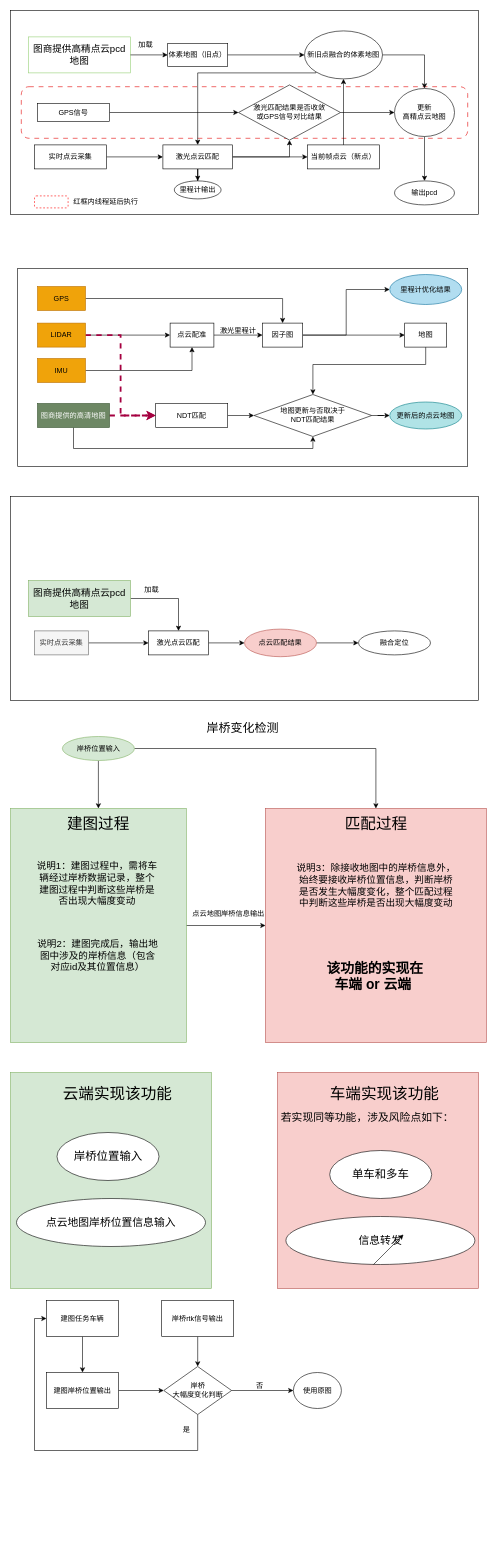
Earlier version of the draw.io diagram 点云地图更新.drawio (567lxd/daily_work). Source tidied: cells renumbered, new cells numbered last; positions are measured from the earlier drawing's top-left corner, leaving out a move shared by most shapes. Both pictures are drawn from the tidied source at 60%, with x=0, y=0 at pixel (10, 10).
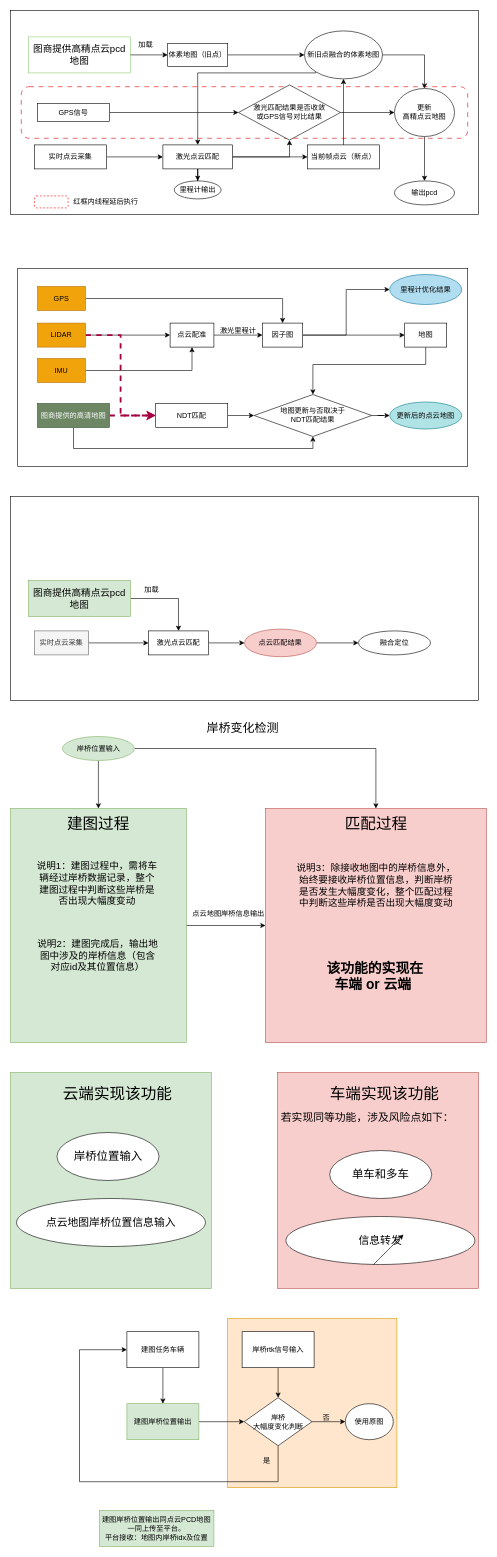
The same page after the edit.

Commit message:
岸桥位置变化检测流程.drawio

Change to the diagram source:
```diff
@@
+    <mxCell id="102" style="whiteSpace=wrap;html=1;fillColor=#ffe6cc;strokeColor=#d79b00;" parent="1" vertex="1">
+      <mxGeometry x="362" y="2180" width="282" height="282" as="geometry" />
+    </mxCell>
@@
-    <mxCell id="90" value="建图岸桥位置输出" style="rounded=0;whiteSpace=wrap;html=1;" parent="1" vertex="1">
-      <mxGeometry x="60" y="2270" width="120" height="60" as="geometry" />
+    <mxCell id="90" value="建图岸桥位置输出" style="rounded=0;whiteSpace=wrap;html=1;fillColor=#d5e8d4;strokeColor=#82b366;" parent="1" vertex="1">
+      <mxGeometry x="194" y="2322" width="120" height="60" as="geometry" />
     </mxCell>
@@
-    <mxCell id="93" value="岸桥rtk信号输出" style="rounded=0;whiteSpace=wrap;html=1;" parent="1" vertex="1">
-      <mxGeometry x="252" y="2150" width="120" height="60" as="geometry" />
+    <mxCell id="93" value="岸桥rtk信号输入" style="rounded=0;whiteSpace=wrap;html=1;" parent="1" vertex="1">
+      <mxGeometry x="386" y="2202" width="120" height="60" as="geometry" />
     </mxCell>
@@
     <mxCell id="95" style="edgeStyle=orthogonalEdgeStyle;rounded=0;jettySize=auto;html=1;entryX=0;entryY=0.5;entryDx=0;entryDy=0;" parent="1" edge="1" source="96" target="98">
       <mxGeometry relative="1" as="geometry">
         <Array as="points">
-          <mxPoint x="312" y="2400" />
-          <mxPoint x="40" y="2400" />
-          <mxPoint x="40" y="2180" />
+          <mxPoint x="446" y="2452" />
+          <mxPoint x="115" y="2452" />
+          <mxPoint x="115" y="2232" />
         </Array>
       </mxGeometry>
     </mxCell>
     <mxCell id="96" value="岸桥&lt;div&gt;大幅度变化判断&lt;/div&gt;" style="rhombus;whiteSpace=wrap;html=1;" parent="1" vertex="1">
-      <mxGeometry x="255.5" y="2260" width="113" height="80" as="geometry" />
+      <mxGeometry x="389.5" y="2312" width="113" height="80" as="geometry" />
     </mxCell>
@@
     <mxCell id="98" value="建图任务车辆" style="rounded=0;whiteSpace=wrap;html=1;" parent="1" vertex="1">
-      <mxGeometry x="60" y="2150" width="120" height="60" as="geometry" />
+      <mxGeometry x="194" y="2202" width="120" height="60" as="geometry" />
     </mxCell>
     <mxCell id="99" value="使用原图" style="ellipse;whiteSpace=wrap;html=1;" parent="1" vertex="1">
-      <mxGeometry x="471.5" y="2270" width="80" height="60" as="geometry" />
+      <mxGeometry x="558" y="2322" width="80" height="60" as="geometry" />
     </mxCell>
     <mxCell id="100" value="否" style="text;html=1;align=center;verticalAlign=middle;strokeColor=none;fillColor=none;" parent="1" vertex="1">
-      <mxGeometry x="395" y="2278" width="40" height="30" as="geometry" />
+      <mxGeometry x="506" y="2330" width="40" height="30" as="geometry" />
     </mxCell>
     <mxCell id="101" value="是" style="text;html=1;align=center;verticalAlign=middle;strokeColor=none;fillColor=none;" parent="1" vertex="1">
-      <mxGeometry x="273" y="2350" width="40" height="30" as="geometry" />
+      <mxGeometry x="407" y="2402" width="40" height="30" as="geometry" />
     </mxCell>
+    <mxCell id="103" value="建图岸桥位置输出同点云PCD地图一同上传至平台。&lt;div&gt;平台接收：地图内岸桥idx及位置&lt;/div&gt;" style="rounded=0;whiteSpace=wrap;html=1;fillColor=#d5e8d4;strokeColor=#82b366;" parent="1" vertex="1">
+      <mxGeometry x="148" y="2500" width="191" height="60" as="geometry" />
+    </mxCell>
```
